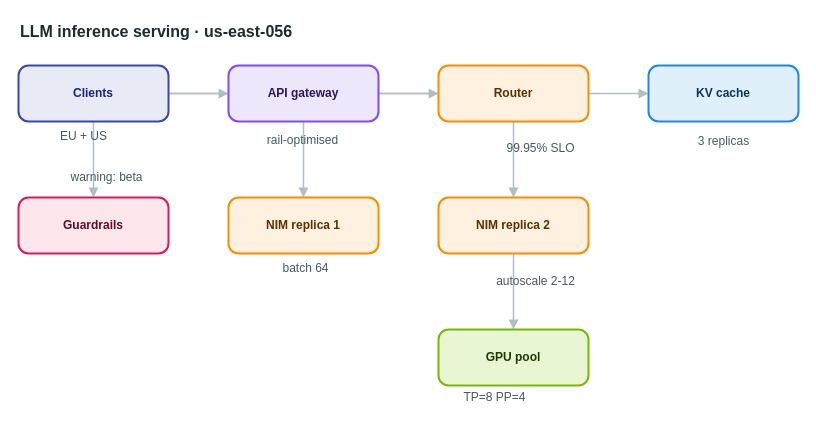
AryanG01/open-apprentice keeps this draw.io diagram as apps/web/public/samples/library/056-llm-inference-serving.drawio. Above is the earlier version. Source tidied: cells renumbered, new cells numbered last; positions are measured from the earlier drawing's top-left corner, leaving out a move shared by most shapes. Both pictures are drawn from the tidied source at 100%, with x=0, y=0 at pixel (18, 17).
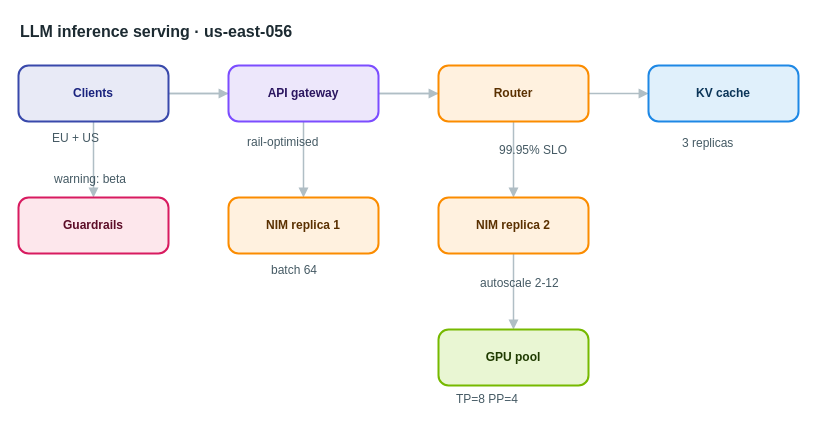
Above is the later version.

Diff of the diagram source:
```diff
@@
-    <mxCell id="18" value="EU + US" style="text;html=1;align=center;verticalAlign=middle;whiteSpace=nowrap;strokeColor=none;fillColor=none;fontSize=12;fontColor=#455a64;" parent="1" vertex="1">
+    <mxCell id="18" value="EU + US" style="text;html=1;align=left;verticalAlign=top;whiteSpace=nowrap;spacing=0;spacingTop=0;strokeColor=none;fillColor=none;fontSize=12;fontColor=#455a64;" parent="1" vertex="1">
       <mxGeometry x="34" y="109" width="61" height="20" as="geometry" />
     </mxCell>
-    <mxCell id="19" value="rail-optimised" style="text;html=1;align=center;verticalAlign=middle;whiteSpace=nowrap;strokeColor=none;fillColor=none;fontSize=12;fontColor=#455a64;" parent="1" vertex="1">
+    <mxCell id="19" value="rail-optimised" style="text;html=1;align=left;verticalAlign=top;whiteSpace=nowrap;spacing=0;spacingTop=0;strokeColor=none;fillColor=none;fontSize=12;fontColor=#455a64;" parent="1" vertex="1">
       <mxGeometry x="229" y="113" width="110" height="20" as="geometry" />
     </mxCell>
-    <mxCell id="20" value="99.95% SLO" style="text;html=1;align=center;verticalAlign=middle;whiteSpace=nowrap;strokeColor=none;fillColor=none;fontSize=12;fontColor=#455a64;" parent="1" vertex="1">
+    <mxCell id="20" value="99.95% SLO" style="text;html=1;align=left;verticalAlign=top;whiteSpace=nowrap;spacing=0;spacingTop=0;strokeColor=none;fillColor=none;fontSize=12;fontColor=#455a64;" parent="1" vertex="1">
       <mxGeometry x="481" y="121" width="82" height="20" as="geometry" />
     </mxCell>
-    <mxCell id="21" value="batch 64" style="text;html=1;align=center;verticalAlign=middle;whiteSpace=nowrap;strokeColor=none;fillColor=none;fontSize=12;fontColor=#455a64;" parent="1" vertex="1">
+    <mxCell id="21" value="batch 64" style="text;html=1;align=left;verticalAlign=top;whiteSpace=nowrap;spacing=0;spacingTop=0;strokeColor=none;fillColor=none;fontSize=12;fontColor=#455a64;" parent="1" vertex="1">
       <mxGeometry x="253" y="241" width="68" height="20" as="geometry" />
     </mxCell>
-    <mxCell id="22" value="autoscale 2-12" style="text;html=1;align=center;verticalAlign=middle;whiteSpace=nowrap;strokeColor=none;fillColor=none;fontSize=12;fontColor=#455a64;" parent="1" vertex="1">
+    <mxCell id="22" value="autoscale 2-12" style="text;html=1;align=left;verticalAlign=top;whiteSpace=nowrap;spacing=0;spacingTop=0;strokeColor=none;fillColor=none;fontSize=12;fontColor=#455a64;" parent="1" vertex="1">
       <mxGeometry x="462" y="254" width="110" height="20" as="geometry" />
     </mxCell>
-    <mxCell id="23" value="3 replicas" style="text;html=1;align=center;verticalAlign=middle;whiteSpace=nowrap;strokeColor=none;fillColor=none;fontSize=12;fontColor=#455a64;" parent="1" vertex="1">
+    <mxCell id="23" value="3 replicas" style="text;html=1;align=left;verticalAlign=top;whiteSpace=nowrap;spacing=0;spacingTop=0;strokeColor=none;fillColor=none;fontSize=12;fontColor=#455a64;" parent="1" vertex="1">
       <mxGeometry x="664" y="114" width="82" height="20" as="geometry" />
     </mxCell>
-    <mxCell id="24" value="TP=8 PP=4" style="text;html=1;align=center;verticalAlign=middle;whiteSpace=nowrap;strokeColor=none;fillColor=none;fontSize=12;fontColor=#455a64;" parent="1" vertex="1">
+    <mxCell id="24" value="TP=8 PP=4" style="text;html=1;align=left;verticalAlign=top;whiteSpace=nowrap;spacing=0;spacingTop=0;strokeColor=none;fillColor=none;fontSize=12;fontColor=#455a64;" parent="1" vertex="1">
       <mxGeometry x="438" y="370" width="75" height="20" as="geometry" />
     </mxCell>
-    <mxCell id="25" value="warning: beta" style="text;html=1;align=center;verticalAlign=middle;whiteSpace=nowrap;strokeColor=none;fillColor=none;fontSize=12;fontColor=#455a64;" parent="1" vertex="1">
+    <mxCell id="25" value="warning: beta" style="text;html=1;align=left;verticalAlign=top;whiteSpace=nowrap;spacing=0;spacingTop=0;strokeColor=none;fillColor=none;fontSize=12;fontColor=#455a64;" parent="1" vertex="1">
       <mxGeometry x="36" y="150" width="103" height="20" as="geometry" />
     </mxCell>
```
